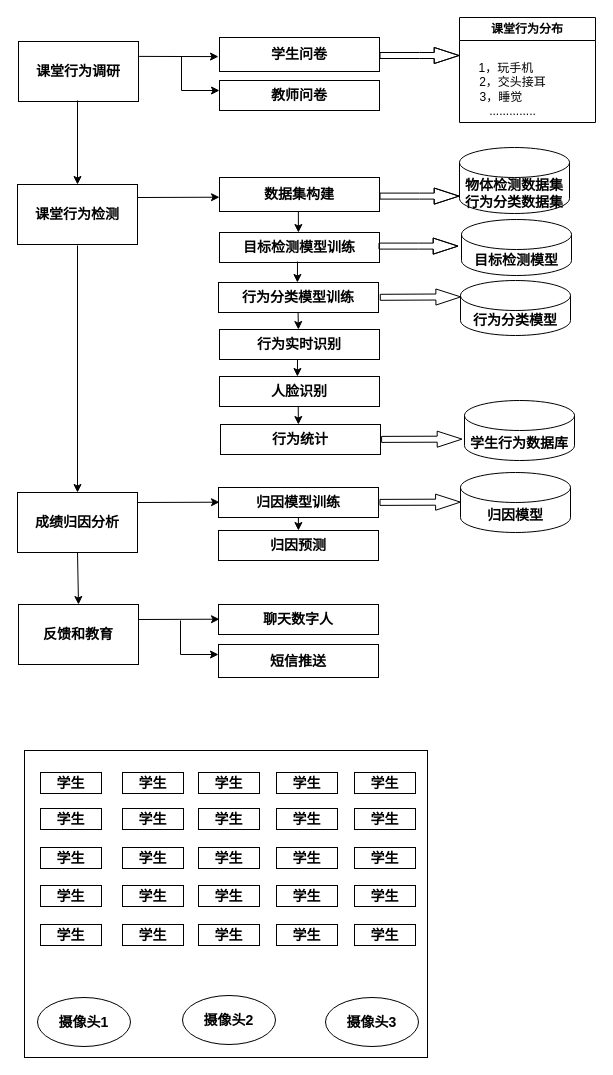
This is 大创2024.drawio from lizezhonglaile/drawio, a draw.io file, before an edit. Source tidied: cells renumbered, new cells numbered last; positions are measured from the earlier drawing's top-left corner, leaving out a move shared by most shapes. Both pictures are drawn from the tidied source at 100%, with x=0, y=0 at pixel (17, 17).
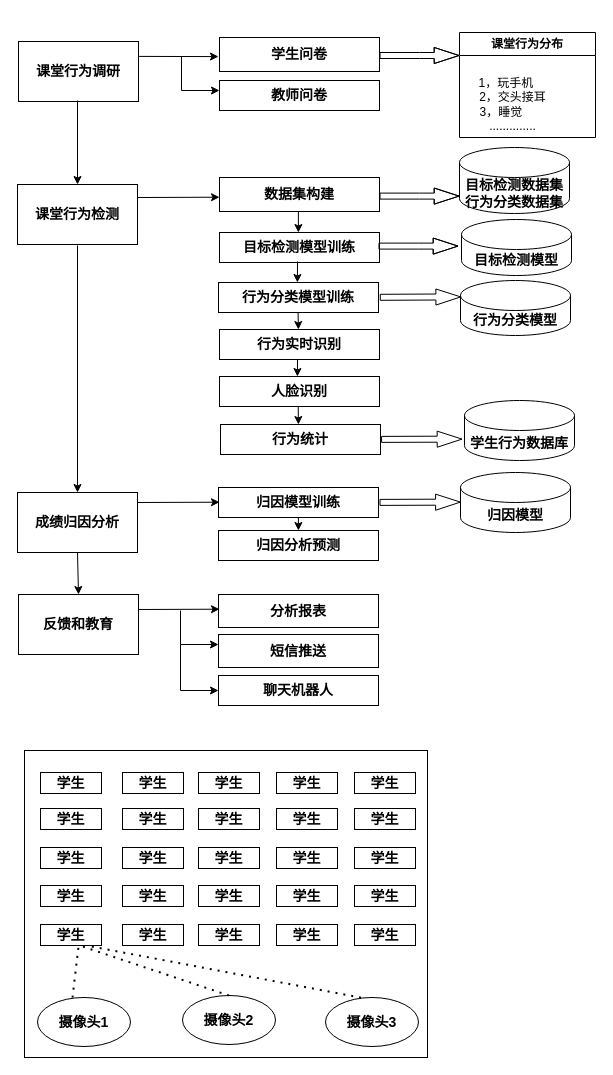
After the change.

Unchanged cells that the change refers to:
```xml
<mxCell id="53" value="&lt;font style=&quot;font-size: 14px;&quot;&gt;&lt;b&gt;学生&lt;/b&gt;&lt;/font&gt;" style="rounded=0;whiteSpace=wrap;html=1;" parent="1" vertex="1">
  <mxGeometry x="23" y="907" width="61" height="21" as="geometry" />
</mxCell>
<mxCell id="58" value="&lt;span style=&quot;font-size: 14px;&quot;&gt;&lt;b&gt;摄像头3&lt;/b&gt;&lt;/span&gt;" style="ellipse;whiteSpace=wrap;html=1;" parent="1" vertex="1">
  <mxGeometry x="308" y="980" width="93" height="49" as="geometry" />
</mxCell>
<mxCell id="60" value="&lt;span style=&quot;font-size: 14px;&quot;&gt;&lt;b&gt;摄像头2&lt;/b&gt;&lt;/span&gt;" style="ellipse;whiteSpace=wrap;html=1;" parent="1" vertex="1">
  <mxGeometry x="165" y="978" width="93" height="49" as="geometry" />
</mxCell>
```

What changed in the source:
```diff
@@
-    <mxCell id="7" value="&lt;div&gt;&lt;font style=&quot;font-size: 14px;&quot;&gt;&lt;b&gt;物体检测数据集&lt;/b&gt;&lt;/font&gt;&lt;/div&gt;&lt;font style=&quot;font-size: 14px;&quot;&gt;&lt;b&gt;行为分类数据集&lt;/b&gt;&lt;/font&gt;" style="shape=cylinder3;whiteSpace=wrap;html=1;boundedLbl=1;backgroundOutline=1;size=15;" parent="1" vertex="1">
+    <mxCell id="7" value="&lt;div&gt;&lt;font style=&quot;font-size: 14px;&quot;&gt;&lt;b&gt;目标检测数据集&lt;/b&gt;&lt;/font&gt;&lt;/div&gt;&lt;font style=&quot;font-size: 14px;&quot;&gt;&lt;b&gt;行为分类数据集&lt;/b&gt;&lt;/font&gt;" style="shape=cylinder3;whiteSpace=wrap;html=1;boundedLbl=1;backgroundOutline=1;size=15;" parent="1" vertex="1">
       <mxGeometry x="442" y="130" width="110" height="66" as="geometry" />
     </mxCell>
@@
     <mxCell id="16" value="&lt;font style=&quot;font-size: 14px;&quot;&gt;&lt;b&gt;短信推送&lt;/b&gt;&lt;/font&gt;" style="rounded=0;whiteSpace=wrap;html=1;" parent="1" vertex="1">
-      <mxGeometry x="201" y="627" width="160" height="33" as="geometry" />
+      <mxGeometry x="201" y="617" width="160" height="33" as="geometry" />
     </mxCell>
@@
-    <mxCell id="18" value="&lt;span style=&quot;font-size: 14px;&quot;&gt;&lt;b&gt;归因预测&lt;/b&gt;&lt;/span&gt;" style="rounded=0;whiteSpace=wrap;html=1;" parent="1" vertex="1">
+    <mxCell id="18" value="&lt;span style=&quot;font-size: 14px;&quot;&gt;&lt;b&gt;归因分析预测&lt;/b&gt;&lt;/span&gt;" style="rounded=0;whiteSpace=wrap;html=1;" parent="1" vertex="1">
       <mxGeometry x="201" y="513" width="160" height="30" as="geometry" />
     </mxCell>
     <mxCell id="19" value="&lt;font style=&quot;font-size: 14px;&quot;&gt;&lt;b&gt;反馈和教育&lt;/b&gt;&lt;/font&gt;" style="rounded=0;whiteSpace=wrap;html=1;" parent="1" vertex="1">
-      <mxGeometry x="1" y="587" width="120" height="60" as="geometry" />
+      <mxGeometry x="1" y="577" width="120" height="60" as="geometry" />
     </mxCell>
@@
-    <mxCell id="21" value="&lt;font style=&quot;font-size: 14px;&quot;&gt;&lt;b&gt;聊天数字人&lt;/b&gt;&lt;/font&gt;" style="rounded=0;whiteSpace=wrap;html=1;" parent="1" vertex="1">
-      <mxGeometry x="201" y="587" width="160" height="30" as="geometry" />
+    <mxCell id="21" value="&lt;font style=&quot;font-size: 14px;&quot;&gt;&lt;b&gt;聊天机器人&lt;/b&gt;&lt;/font&gt;" style="rounded=0;whiteSpace=wrap;html=1;" parent="1" vertex="1">
+      <mxGeometry x="201" y="658" width="160" height="30" as="geometry" />
     </mxCell>
@@
     <mxCell id="25" style="endArrow=classic;html=1;rounded=0;entryX=-0.004;entryY=0.673;entryDx=0;entryDy=0;entryPerimeter=0;" parent="1" edge="1">
       <mxGeometry relative="1" as="geometry">
-        <mxPoint x="121" y="602" as="sourcePoint" />
-        <mxPoint x="202" y="601.7" as="targetPoint" />
+        <mxPoint x="121" y="592" as="sourcePoint" />
+        <mxPoint x="202" y="591.7" as="targetPoint" />
       </mxGeometry>
     </mxCell>
@@
     <mxCell id="61" value="课堂行为分布" style="swimlane;whiteSpace=wrap;html=1;" parent="1" vertex="1">
-      <mxGeometry x="442" width="136" height="105" as="geometry" />
+      <mxGeometry x="442" y="15" width="136" height="105" as="geometry" />
     </mxCell>
@@
     <mxCell id="70" style="endArrow=classic;html=1;rounded=0;" parent="1" edge="1">
       <mxGeometry relative="1" as="geometry">
-        <mxPoint x="163" y="603" as="sourcePoint" />
-        <mxPoint x="201" y="637" as="targetPoint" />
+        <mxPoint x="163" y="593" as="sourcePoint" />
+        <mxPoint x="201" y="627" as="targetPoint" />
         <Array as="points">
-          <mxPoint x="163" y="637" />
+          <mxPoint x="163" y="627" />
         </Array>
       </mxGeometry>
     </mxCell>
@@
+    <mxCell id="75" style="endArrow=none;dashed=1;html=1;dashPattern=1 3;strokeWidth=2;rounded=0;" parent="1" edge="1">
+      <mxGeometry relative="1" as="geometry">
+        <mxPoint x="55" y="980" as="sourcePoint" />
+        <mxPoint x="61" y="929" as="targetPoint" />
+      </mxGeometry>
+    </mxCell>
+    <mxCell id="76" style="endArrow=none;dashed=1;html=1;dashPattern=1 3;strokeWidth=2;rounded=0;exitX=0.5;exitY=0;exitDx=0;exitDy=0;entryX=0.605;entryY=0.966;entryDx=0;entryDy=0;entryPerimeter=0;" parent="1" edge="1" source="60" target="53">
+      <mxGeometry relative="1" as="geometry" />
+    </mxCell>
+    <mxCell id="77" style="endArrow=none;dashed=1;html=1;dashPattern=1 3;strokeWidth=2;rounded=0;exitX=0.382;exitY=0.003;exitDx=0;exitDy=0;exitPerimeter=0;entryX=0.75;entryY=1;entryDx=0;entryDy=0;" parent="1" edge="1" source="58" target="53">
+      <mxGeometry relative="1" as="geometry" />
+    </mxCell>
+    <mxCell id="78" value="&lt;font style=&quot;font-size: 14px;&quot;&gt;&lt;b&gt;分析报表&lt;/b&gt;&lt;/font&gt;" style="rounded=0;whiteSpace=wrap;html=1;" parent="1" vertex="1">
+      <mxGeometry x="201" y="577" width="160" height="33" as="geometry" />
+    </mxCell>
+    <mxCell id="79" style="endArrow=classic;html=1;rounded=0;" parent="1" edge="1">
+      <mxGeometry relative="1" as="geometry">
+        <mxPoint x="163" y="627" as="sourcePoint" />
+        <mxPoint x="201" y="673" as="targetPoint" />
+        <Array as="points">
+          <mxPoint x="163" y="673" />
+        </Array>
+      </mxGeometry>
+    </mxCell>
```
